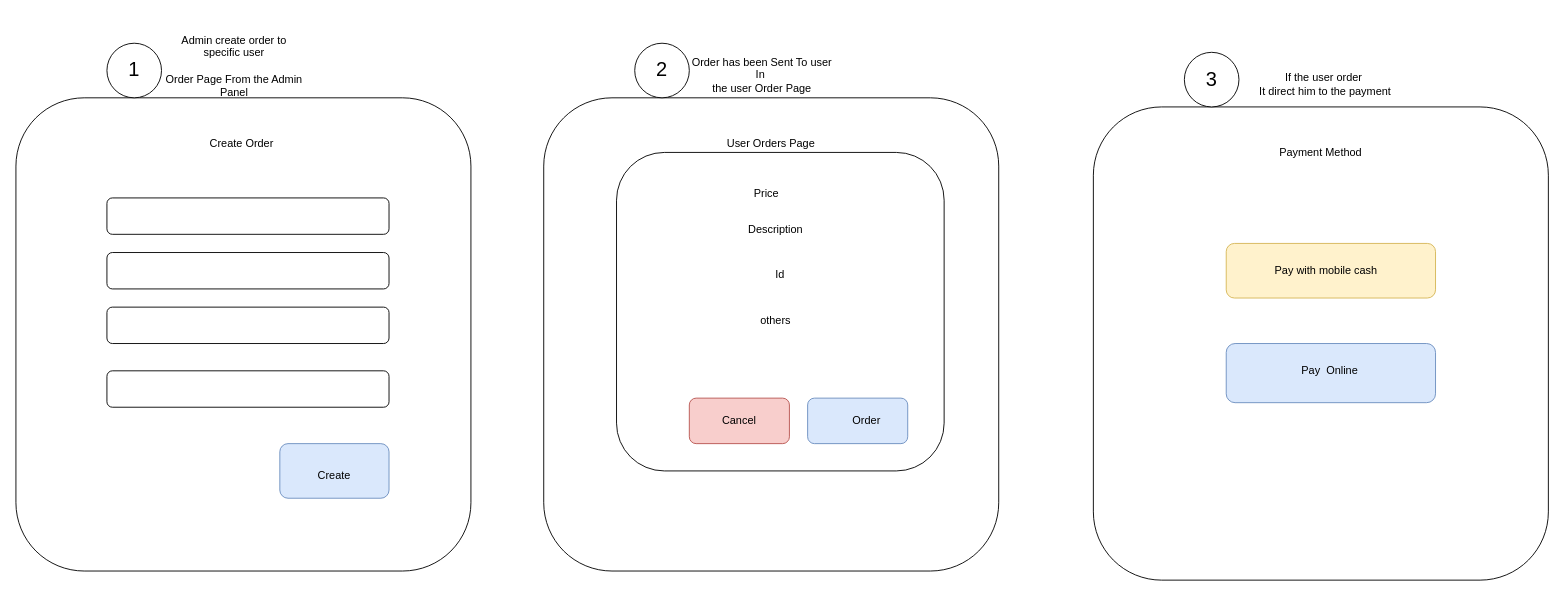
This is Untitled Diagram.drawio from Authentic48/influencers, a draw.io file, before an edit. Source tidied: cells renumbered, new cells numbered last; positions are measured from the earlier drawing's top-left corner, leaving out a move shared by most shapes. Both pictures are drawn from the tidied source at 91%, with x=0, y=0 at pixel (15, 15).
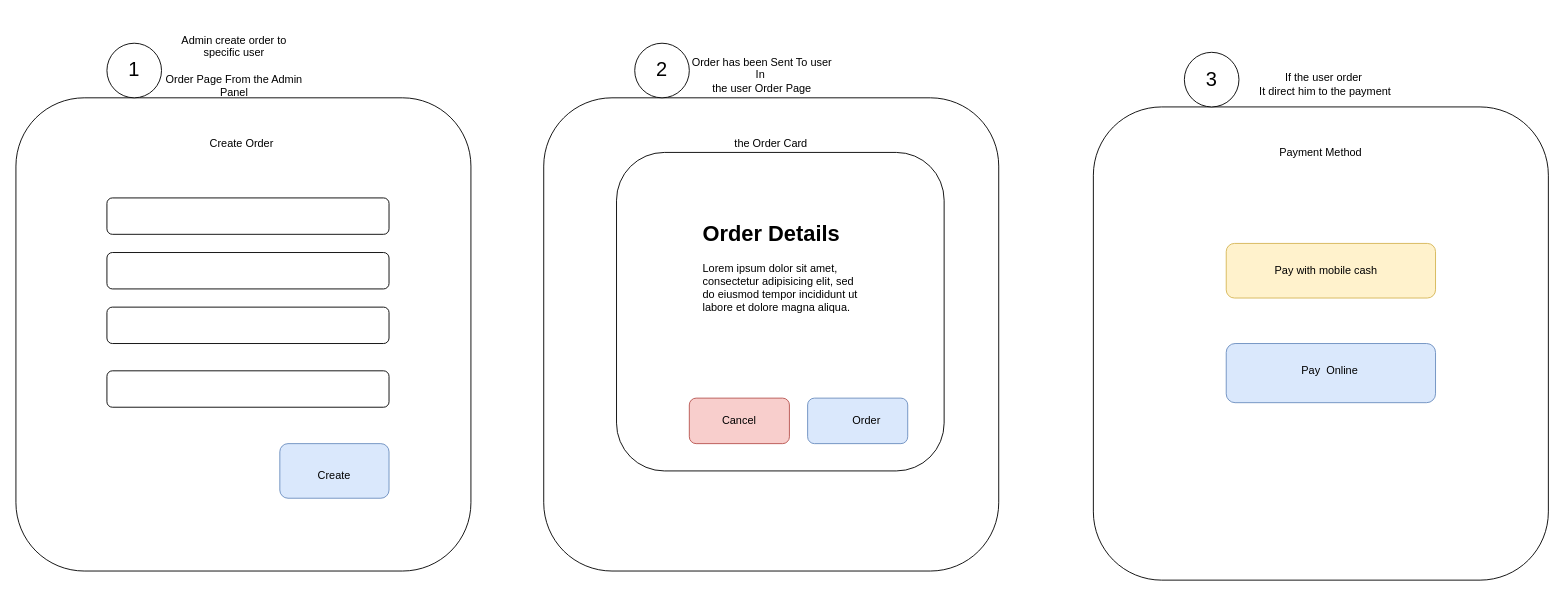
The same page after the edit.

Commit message:
Order System

What changed in the source:
```diff
@@
-    <mxCell id="15" value="User Orders Page" style="text;html=1;strokeColor=none;fillColor=none;align=center;verticalAlign=middle;whiteSpace=wrap;rounded=0;" parent="1" vertex="1">
+    <mxCell id="15" value="the Order Card" style="text;html=1;strokeColor=none;fillColor=none;align=center;verticalAlign=middle;whiteSpace=wrap;rounded=0;" parent="1" vertex="1">
       <mxGeometry x="740" y="110" width="180" height="60" as="geometry" />
     </mxCell>
@@
-    <mxCell id="23" value="Price" style="text;html=1;strokeColor=none;fillColor=none;align=center;verticalAlign=middle;whiteSpace=wrap;rounded=0;" parent="1" vertex="1">
-      <mxGeometry x="690" y="180" width="270" height="30" as="geometry" />
-    </mxCell>
-    <mxCell id="24" value="Description" style="text;html=1;strokeColor=none;fillColor=none;align=center;verticalAlign=middle;whiteSpace=wrap;rounded=0;" parent="1" vertex="1">
-      <mxGeometry x="700" y="220" width="270" height="30" as="geometry" />
-    </mxCell>
-    <mxCell id="25" value="Id" style="text;html=1;strokeColor=none;fillColor=none;align=center;verticalAlign=middle;whiteSpace=wrap;rounded=0;" parent="1" vertex="1">
-      <mxGeometry x="705" y="270" width="270" height="30" as="geometry" />
-    </mxCell>
-    <mxCell id="26" value="others" style="text;html=1;strokeColor=none;fillColor=none;align=center;verticalAlign=middle;whiteSpace=wrap;rounded=0;" parent="1" vertex="1">
-      <mxGeometry x="700" y="320" width="270" height="30" as="geometry" />
-    </mxCell>
@@
+    <mxCell id="36" value="&lt;h1&gt;Order Details&lt;/h1&gt;&lt;p&gt;Lorem ipsum dolor sit amet, consectetur adipisicing elit, sed do eiusmod tempor incididunt ut labore et dolore magna aliqua.&lt;/p&gt;" style="text;html=1;strokeColor=none;fillColor=none;spacing=5;spacingTop=-20;whiteSpace=wrap;overflow=hidden;rounded=0;" parent="1" vertex="1">
+      <mxGeometry x="750" y="220" width="190" height="120" as="geometry" />
+    </mxCell>
```
